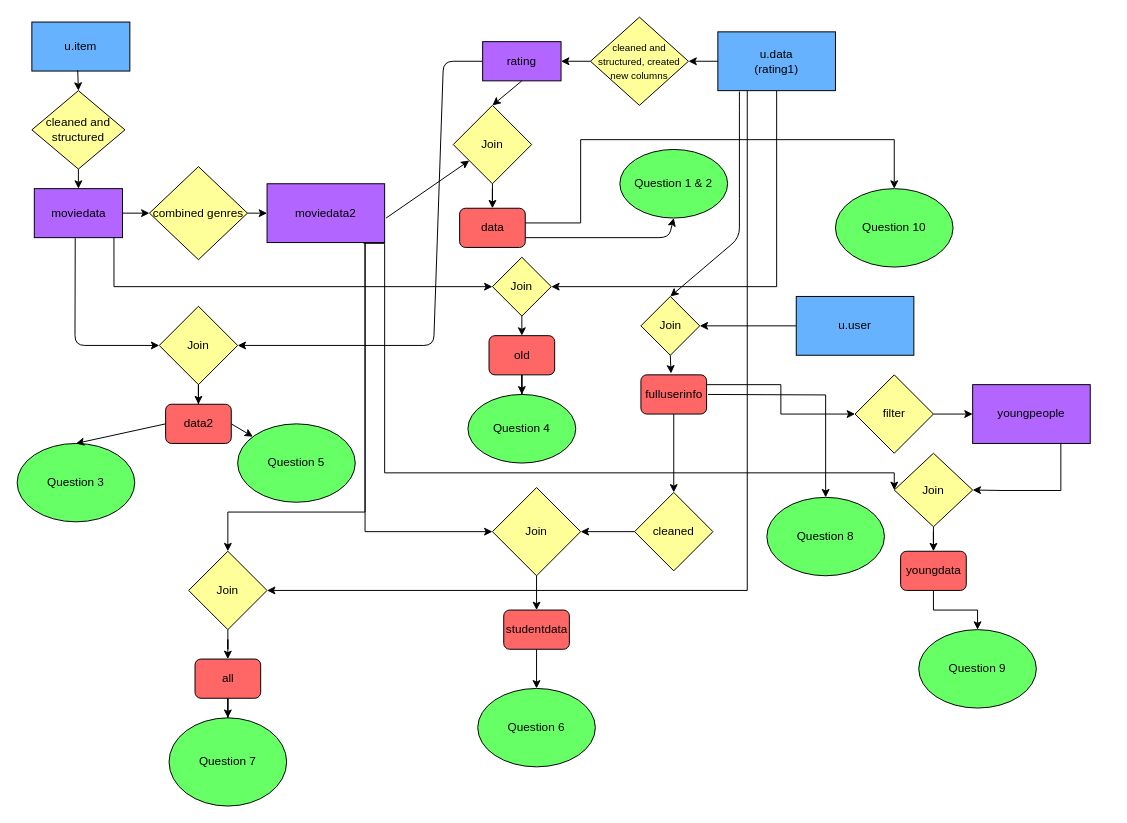
Before: work.drawio in bd52622020/appSpaceDanish, a draw.io diagram. Source tidied: cells renumbered, new cells numbered last; positions are measured from the earlier drawing's top-left corner, leaving out a move shared by most shapes. Both pictures are drawn from the tidied source at 98%, with x=0, y=0 at pixel (17, 17).
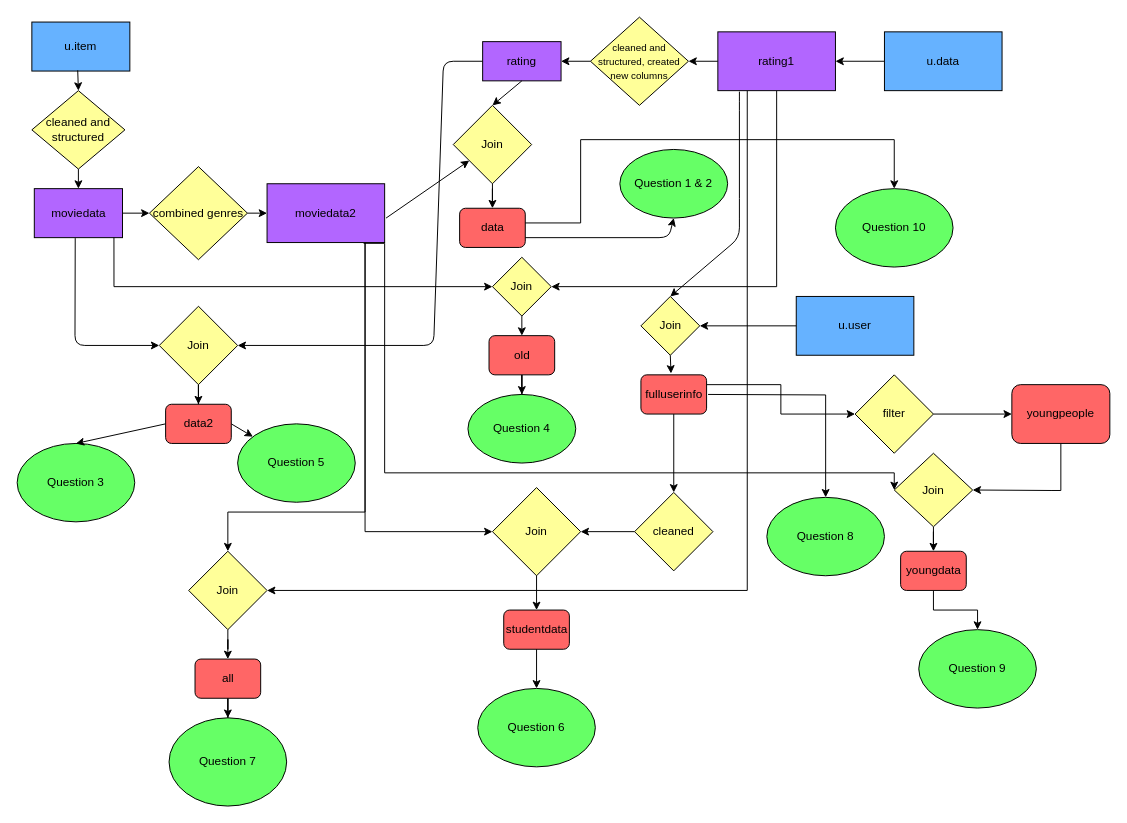
The same page after the edit.

Unchanged cells that the change refers to:
```xml
<mxCell id="55" value="filter" style="rhombus;whiteSpace=wrap;html=1;fillColor=#FFFF99;" parent="1" vertex="1">
  <mxGeometry x="855" y="365" width="80" height="80" as="geometry" />
</mxCell>
<mxCell id="59" value="Join" style="rhombus;whiteSpace=wrap;html=1;fillColor=#FFFF99;" parent="1" vertex="1">
  <mxGeometry x="895" y="445" width="80" height="75" as="geometry" />
</mxCell>
```

Diff of the diagram source:
```diff
@@
-    <mxCell id="54" style="edgeStyle=orthogonalEdgeStyle;rounded=0;jettySize=auto;html=1;entryX=0;entryY=0.5;entryDx=0;entryDy=0;" parent="1" edge="1" source="55" target="57">
+    <mxCell id="54" style="edgeStyle=orthogonalEdgeStyle;rounded=0;jettySize=auto;html=1;" parent="1" edge="1" source="55" target="57">
       <mxGeometry relative="1" as="geometry" />
     </mxCell>
@@
-    <mxCell id="56" style="edgeStyle=orthogonalEdgeStyle;rounded=0;jettySize=auto;html=1;entryX=1;entryY=0.5;entryDx=0;entryDy=0;" parent="1" edge="1" source="57" target="59">
+    <mxCell id="56" style="edgeStyle=orthogonalEdgeStyle;rounded=0;jettySize=auto;html=1;entryX=1;entryY=0.5;entryDx=0;entryDy=0;exitX=0.5;exitY=1;exitDx=0;exitDy=0;" parent="1" edge="1" source="57" target="59">
       <mxGeometry relative="1" as="geometry">
         <Array as="points">
+          <mxPoint x="1055" y="483" />
           <mxPoint x="1065" y="483" />
-          <mxPoint x="1005" y="483" />
         </Array>
       </mxGeometry>
     </mxCell>
-    <mxCell id="57" value="youngpeople" style="rounded=0;whiteSpace=wrap;html=1;fillColor=#B266FF;" parent="1" vertex="1">
-      <mxGeometry x="975" y="375" width="120" height="60" as="geometry" />
-    </mxCell>
@@
-    <mxCell id="62" value="u.data&lt;br&gt;(rating1)" style="rounded=0;whiteSpace=wrap;html=1;fillColor=#66B2FF;" parent="1" vertex="1">
+    <mxCell id="62" value="rating1" style="rounded=0;whiteSpace=wrap;html=1;fillColor=#B266FF;" parent="1" vertex="1">
       <mxGeometry x="715" y="15" width="120" height="60" as="geometry" />
     </mxCell>
@@
+    <mxCell id="57" value="youngpeople" style="rounded=1;whiteSpace=wrap;html=1;fillColor=#FF6666;" parent="1" vertex="1">
+      <mxGeometry x="1015" y="375" width="100" height="60" as="geometry" />
+    </mxCell>
+    <mxCell id="77" style="edgeStyle=orthogonalEdgeStyle;rounded=0;jettySize=auto;html=1;entryX=1;entryY=0.5;entryDx=0;entryDy=0;" parent="1" edge="1" source="78" target="62">
+      <mxGeometry relative="1" as="geometry" />
+    </mxCell>
+    <mxCell id="78" value="u.data" style="rounded=0;whiteSpace=wrap;html=1;fillColor=#66B2FF;" parent="1" vertex="1">
+      <mxGeometry x="885" y="15" width="120" height="60" as="geometry" />
+    </mxCell>
```
